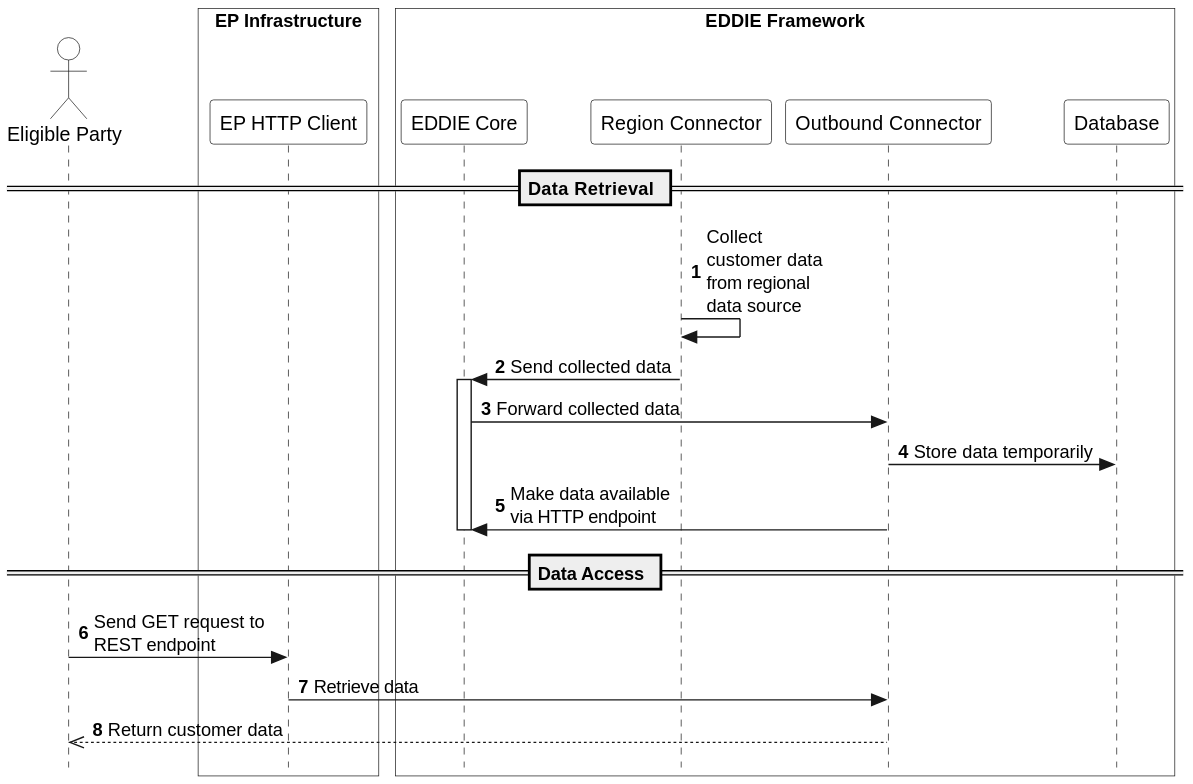
eddie-energy/architecture keeps this PlantUML diagram as arc42/eddie-framework/runtime-view/figures/eddie-framework-collect-data-http.svg. Above is the earlier version.
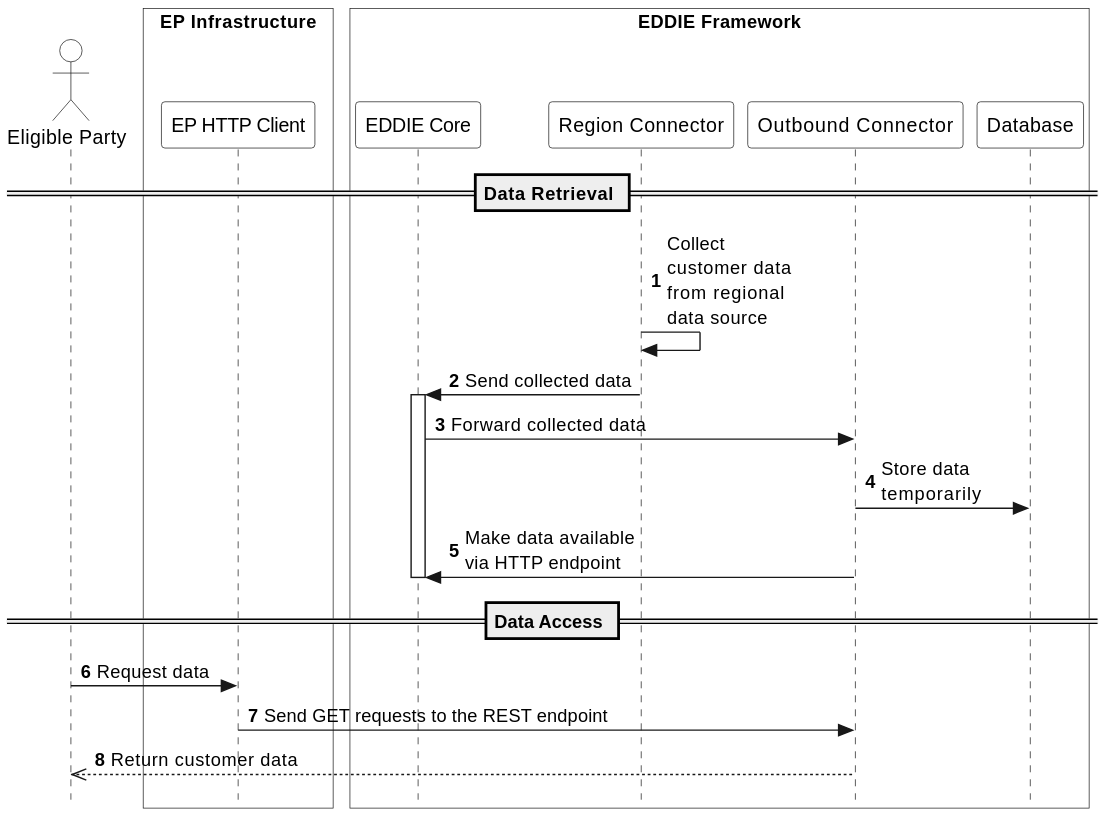
After the change.

Commit message:
Small adjustments and formatting for framework runtime view

Diff of the diagram source:
```diff
@@ -26,12 +26,12 @@
 rc -> eddie : Send collected data
 activate eddie
 eddie -> restOC : Forward collected data
-restOC -> db : Store data temporarily
+restOC -> db : Store data \ntemporarily
 restOC -> eddie : Make data available\nvia HTTP endpoint
 deactivate eddie
 
 == Data Access ==
-ep -> httpClient : Send GET request to\nREST endpoint
-httpClient -> restOC : Retrieve data
+ep -> httpClient : Request data
+httpClient -> restOC : Send GET requests to the REST endpoint
 restOC -->> ep : Return customer data
 @enduml
```
